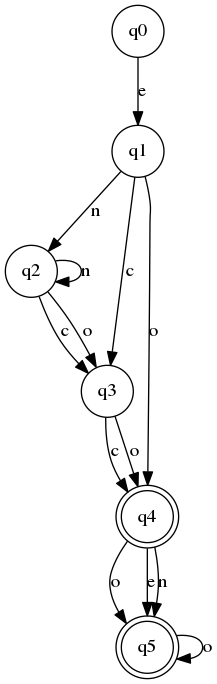
lmdcma27/Progra-2-Practica1 keeps this Graphviz diagram as practica1/Digraph.gv.png. Above is the earlier version. Its source is kept beside it as practica1/Digraph.gv.
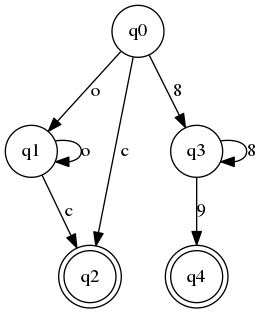
After the commit.

Change to the diagram source:
```diff
@@ -2,46 +2,26 @@
 	node [shape=circle]
 	q1
 	q0
-	q0 -> q1 [label=e]
+	q0 -> q1 [label=o]
 	node [shape=circle]
+	q1
+	q1
+	q1 -> q1 [label=o]
+	node [shape=doublecircle]
 	q2
-	q1
-	q1 -> q2 [label=n]
-	node [shape=circle]
+	q1 -> q2 [label=c]
+	node [shape=doublecircle]
 	q2
-	q2
-	q2 -> q2 [label=n]
+	q0 -> q2 [label=c]
 	node [shape=circle]
 	q3
-	q2
-	q2 -> q3 [label=c]
+	q0
+	q0 -> q3 [label=8]
+	node [shape=circle]
+	q3
+	q3
+	q3 -> q3 [label=8]
 	node [shape=doublecircle]
 	q4
-	q3 -> q4 [label=c]
-	node [shape=doublecircle]
-	q5
-	q4 -> q5 [label=o]
-	node [shape=doublecircle]
-	q5
-	q5 -> q5 [label=o]
-	node [shape=circle]
-	q3
-	q2
-	q2 -> q3 [label=o]
-	node [shape=doublecircle]
-	q4
-	q3 -> q4 [label=o]
-	node [shape=doublecircle]
-	q5
-	q4 -> q5 [label=e]
-	node [shape=circle]
-	q3
-	q1
-	q1 -> q3 [label=c]
-	node [shape=doublecircle]
-	q4
-	q1 -> q4 [label=o]
-	node [shape=doublecircle]
-	q5
-	q4 -> q5 [label=n]
+	q3 -> q4 [label=9]
 }
```
